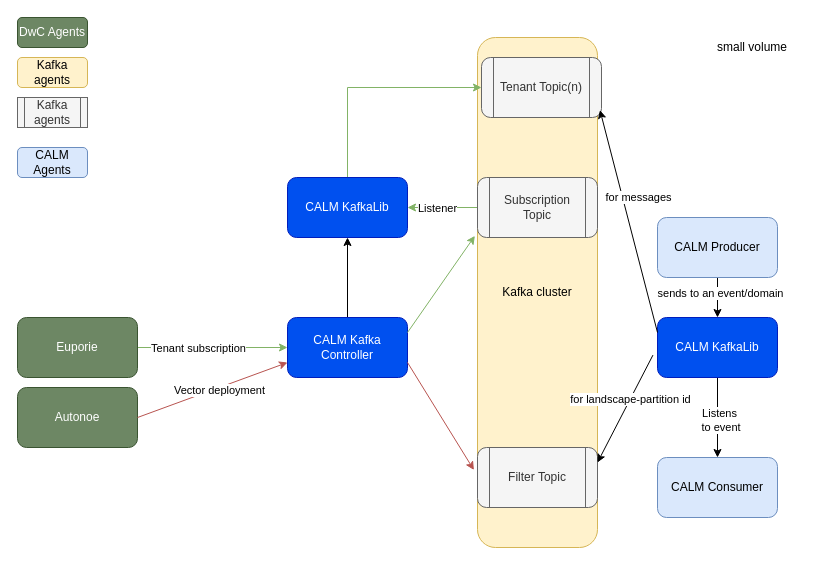
This is page "Page-1" (1 of 6) of Untitled Diagram.drawio from avinash610jha/drawings, a draw.io file, before an edit. Source tidied: cells renumbered, new cells numbered last; positions are measured from the earlier drawing's top-left corner, leaving out a move shared by most shapes. Both pictures are drawn from the tidied source at 100%, with x=0, y=0 at pixel (17, 17).
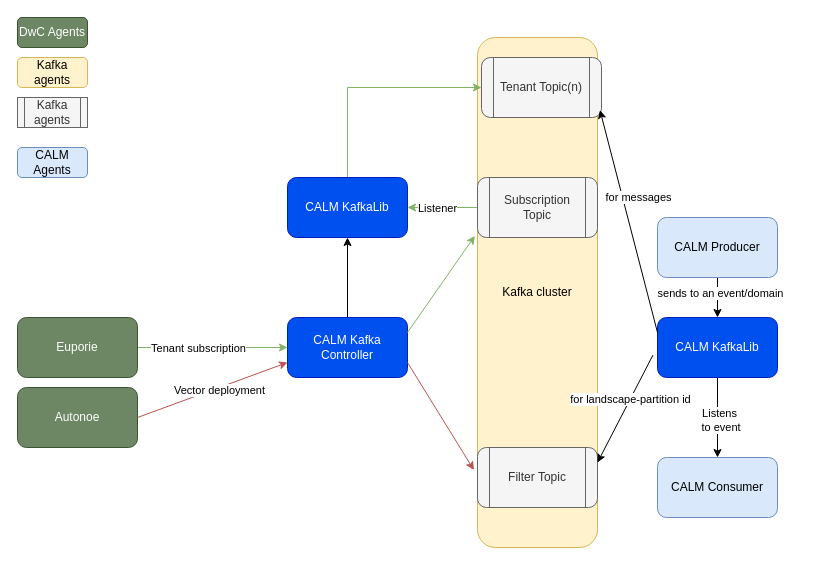
The same page after the edit.

Change to the diagram source:
```diff
@@
-    <mxCell id="35" value="small volume" style="text;html=1;strokeColor=none;fillColor=none;align=center;verticalAlign=middle;whiteSpace=wrap;rounded=0;" parent="1" vertex="1">
-      <mxGeometry x="690" y="20" width="90" height="20" as="geometry" />
-    </mxCell>
```
